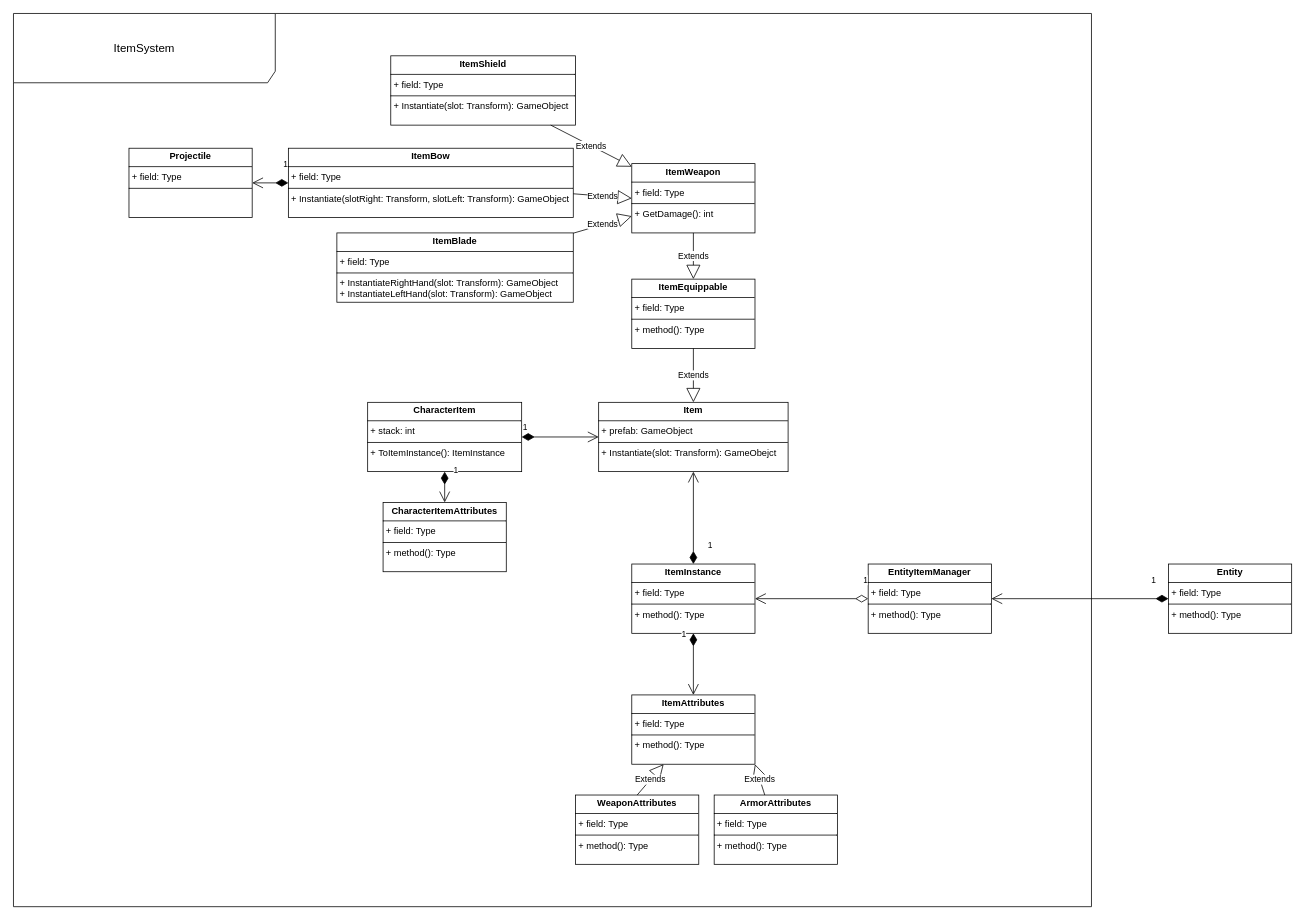
Above: rpg.drawio in GameCater/DrawIO (draw.io), before the change. Source tidied: cells renumbered, new cells numbered last; positions are measured from the earlier drawing's top-left corner, leaving out a move shared by most shapes. Both pictures are drawn from the tidied source at 77%, with x=0, y=0 at pixel (13, 13).
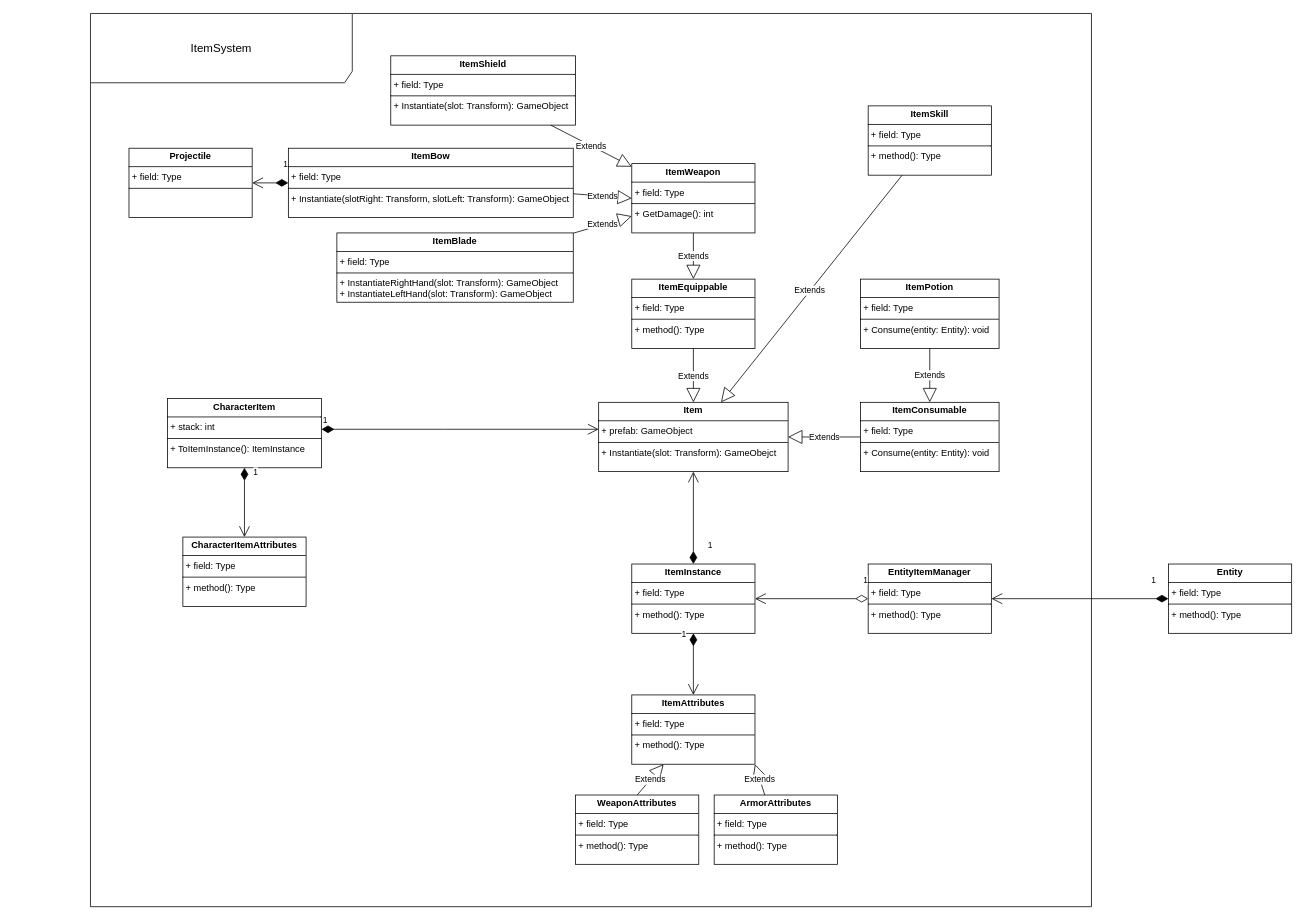
After the change.

The change refers to these unchanged cells:
```xml
<mxCell id="2" value="&lt;p style=&quot;margin:0px;margin-top:4px;text-align:center;&quot;&gt;&lt;b&gt;Item&lt;/b&gt;&lt;/p&gt;&lt;hr size=&quot;1&quot; style=&quot;border-style:solid;&quot;&gt;&lt;p style=&quot;margin:0px;margin-left:4px;&quot;&gt;+ prefab: GameObject&lt;/p&gt;&lt;hr size=&quot;1&quot; style=&quot;border-style:solid;&quot;&gt;&lt;p style=&quot;margin:0px;margin-left:4px;&quot;&gt;+ Instantiate(slot: Transform): GameObejct&lt;/p&gt;" style="verticalAlign=top;align=left;overflow=fill;html=1;whiteSpace=wrap;" parent="1" vertex="1">
  <mxGeometry x="760" y="505" width="246" height="90" as="geometry" />
</mxCell>
<mxCell id="7" value="&lt;p style=&quot;margin:0px;margin-top:4px;text-align:center;&quot;&gt;&lt;b&gt;ItemEquippable&lt;/b&gt;&lt;/p&gt;&lt;hr size=&quot;1&quot; style=&quot;border-style:solid;&quot;&gt;&lt;p style=&quot;margin:0px;margin-left:4px;&quot;&gt;+ field: Type&lt;/p&gt;&lt;hr size=&quot;1&quot; style=&quot;border-style:solid;&quot;&gt;&lt;p style=&quot;margin:0px;margin-left:4px;&quot;&gt;+ method(): Type&lt;/p&gt;" style="verticalAlign=top;align=left;overflow=fill;html=1;whiteSpace=wrap;" parent="1" vertex="1">
  <mxGeometry x="803" y="345" width="160" height="90" as="geometry" />
</mxCell>
```

What changed in the source:
```diff
@@
     <mxCell id="3" value="&lt;p style=&quot;margin:0px;margin-top:4px;text-align:center;&quot;&gt;&lt;b&gt;CharacterItem&lt;/b&gt;&lt;/p&gt;&lt;hr size=&quot;1&quot; style=&quot;border-style:solid;&quot;&gt;&lt;p style=&quot;margin:0px;margin-left:4px;&quot;&gt;+ stack: int&lt;/p&gt;&lt;hr size=&quot;1&quot; style=&quot;border-style:solid;&quot;&gt;&lt;p style=&quot;margin:0px;margin-left:4px;&quot;&gt;+ ToItemInstance(): ItemInstance&lt;/p&gt;" style="verticalAlign=top;align=left;overflow=fill;html=1;whiteSpace=wrap;" parent="1" vertex="1">
-      <mxGeometry x="460" y="505" width="200" height="90" as="geometry" />
+      <mxGeometry x="200" y="500" width="200" height="90" as="geometry" />
     </mxCell>
-    <mxCell id="4" value="1" style="endArrow=open;html=1;endSize=12;startArrow=diamondThin;startSize=14;startFill=1;edgeStyle=orthogonalEdgeStyle;align=left;verticalAlign=bottom;rounded=0;exitX=1;exitY=0.5;exitDx=0;exitDy=0;" parent="1" edge="1" source="3" target="2">
-      <mxGeometry x="-1" y="3" relative="1" as="geometry" />
+    <mxCell id="4" value="1" style="endArrow=open;html=1;endSize=12;startArrow=diamondThin;startSize=14;startFill=1;edgeStyle=orthogonalEdgeStyle;align=left;verticalAlign=bottom;rounded=0;" parent="1" edge="1" source="3" target="2">
+      <mxGeometry x="-1" y="3" relative="1" as="geometry">
+        <Array as="points">
+          <mxPoint x="560" y="540" />
+          <mxPoint x="560" y="540" />
+        </Array>
+      </mxGeometry>
     </mxCell>
     <mxCell id="5" value="&lt;p style=&quot;margin:0px;margin-top:4px;text-align:center;&quot;&gt;&lt;b&gt;CharacterItemAttributes&lt;/b&gt;&lt;/p&gt;&lt;hr size=&quot;1&quot; style=&quot;border-style:solid;&quot;&gt;&lt;p style=&quot;margin:0px;margin-left:4px;&quot;&gt;+ field: Type&lt;/p&gt;&lt;hr size=&quot;1&quot; style=&quot;border-style:solid;&quot;&gt;&lt;p style=&quot;margin:0px;margin-left:4px;&quot;&gt;+ method(): Type&lt;/p&gt;" style="verticalAlign=top;align=left;overflow=fill;html=1;whiteSpace=wrap;" parent="1" vertex="1">
-      <mxGeometry x="480" y="635" width="160" height="90" as="geometry" />
+      <mxGeometry x="220" y="680" width="160" height="90" as="geometry" />
     </mxCell>
@@
     <mxCell id="8" value="Extends" style="endArrow=block;endSize=16;endFill=0;html=1;rounded=0;exitX=0.5;exitY=1;exitDx=0;exitDy=0;" parent="1" edge="1" source="7" target="2">
-      <mxGeometry relative="1" as="geometry" />
+      <mxGeometry x="0.02" relative="1" as="geometry" />
     </mxCell>
@@
     <mxCell id="31" value="&lt;font style=&quot;font-size: 15px;&quot;&gt;ItemSystem&lt;/font&gt;" style="shape=umlFrame;whiteSpace=wrap;html=1;width=340;height=90;" parent="1" vertex="1">
-      <mxGeometry width="1400" height="1160" as="geometry" />
+      <mxGeometry x="100" width="1300" height="1160" as="geometry" />
     </mxCell>
+    <mxCell id="32" value="&lt;p style=&quot;margin:0px;margin-top:4px;text-align:center;&quot;&gt;&lt;b&gt;ItemConsumable&lt;/b&gt;&lt;/p&gt;&lt;hr size=&quot;1&quot; style=&quot;border-style:solid;&quot;&gt;&lt;p style=&quot;margin:0px;margin-left:4px;&quot;&gt;+ field: Type&lt;/p&gt;&lt;hr size=&quot;1&quot; style=&quot;border-style:solid;&quot;&gt;&lt;p style=&quot;margin:0px;margin-left:4px;&quot;&gt;+ Consume(entity: Entity): void&lt;/p&gt;" style="verticalAlign=top;align=left;overflow=fill;html=1;whiteSpace=wrap;" parent="1" vertex="1">
+      <mxGeometry x="1100" y="505" width="180" height="90" as="geometry" />
+    </mxCell>
+    <mxCell id="33" value="Extends" style="endArrow=block;endSize=16;endFill=0;html=1;rounded=0;" parent="1" edge="1" source="32" target="2">
+      <mxGeometry relative="1" as="geometry" />
+    </mxCell>
+    <mxCell id="34" value="&lt;p style=&quot;margin:0px;margin-top:4px;text-align:center;&quot;&gt;&lt;b&gt;ItemPotion&lt;/b&gt;&lt;/p&gt;&lt;hr size=&quot;1&quot; style=&quot;border-style:solid;&quot;&gt;&lt;p style=&quot;margin:0px;margin-left:4px;&quot;&gt;+ field: Type&lt;/p&gt;&lt;hr size=&quot;1&quot; style=&quot;border-style:solid;&quot;&gt;&lt;p style=&quot;margin:0px;margin-left:4px;&quot;&gt;+ Consume(entity: Entity): void&lt;/p&gt;" style="verticalAlign=top;align=left;overflow=fill;html=1;whiteSpace=wrap;" parent="1" vertex="1">
+      <mxGeometry x="1100" y="345" width="180" height="90" as="geometry" />
+    </mxCell>
+    <mxCell id="35" value="Extends" style="endArrow=block;endSize=16;endFill=0;html=1;rounded=0;" parent="1" edge="1" source="34" target="32">
+      <mxGeometry relative="1" as="geometry" />
+    </mxCell>
+    <mxCell id="36" value="&lt;p style=&quot;margin:0px;margin-top:4px;text-align:center;&quot;&gt;&lt;b&gt;ItemSkill&lt;/b&gt;&lt;/p&gt;&lt;hr size=&quot;1&quot; style=&quot;border-style:solid;&quot;&gt;&lt;p style=&quot;margin:0px;margin-left:4px;&quot;&gt;+ field: Type&lt;/p&gt;&lt;hr size=&quot;1&quot; style=&quot;border-style:solid;&quot;&gt;&lt;p style=&quot;margin:0px;margin-left:4px;&quot;&gt;+ method(): Type&lt;/p&gt;" style="verticalAlign=top;align=left;overflow=fill;html=1;whiteSpace=wrap;" parent="1" vertex="1">
+      <mxGeometry x="1110" y="120" width="160" height="90" as="geometry" />
+    </mxCell>
+    <mxCell id="37" value="Extends" style="endArrow=block;endSize=16;endFill=0;html=1;rounded=0;" parent="1" edge="1" source="36" target="2">
+      <mxGeometry x="0.02" relative="1" as="geometry" />
+    </mxCell>
```
